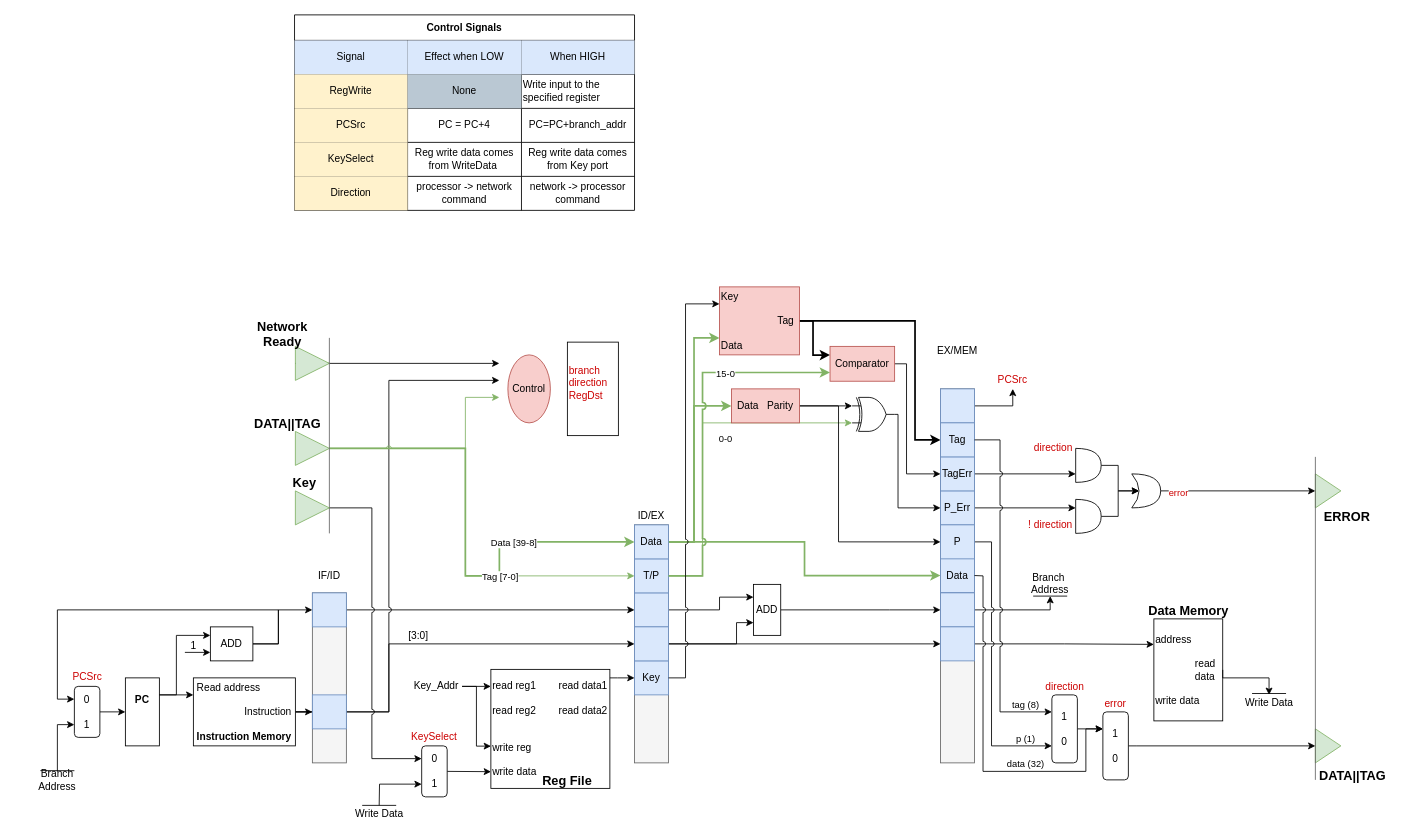
Earlier version of the draw.io diagram overall.drawio (featherbear/UNSW-COMP3211). Source tidied: cells renumbered, new cells numbered last; positions are measured from the earlier drawing's top-left corner, leaving out a move shared by most shapes. Both pictures are drawn from the tidied source at 85%, with x=0, y=0 at pixel (14, 14).
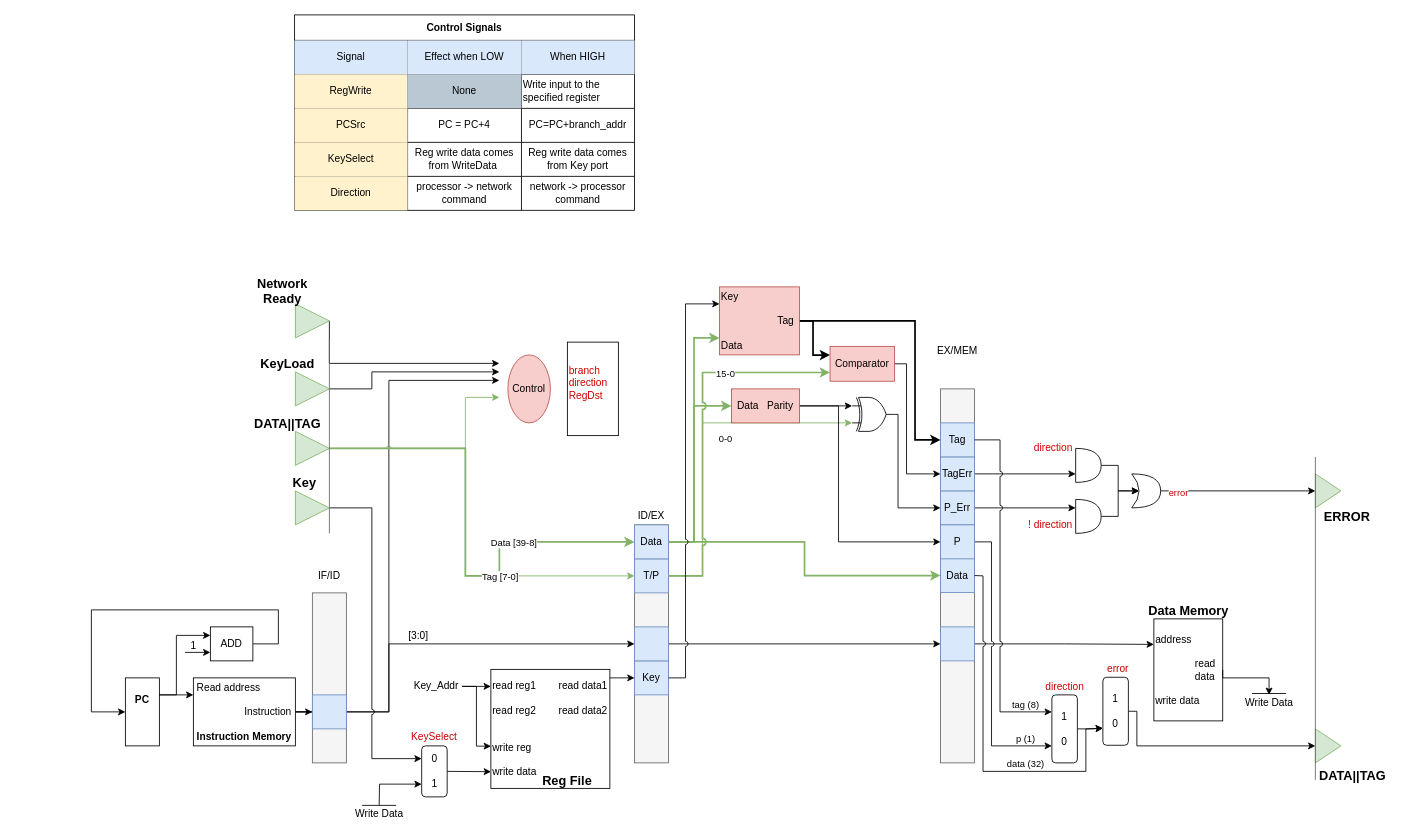
The same diagram, later.

Unchanged cells that the change refers to:
```xml
<mxCell id="10" value="&lt;b&gt;PC&lt;br&gt;&lt;/b&gt;&lt;br&gt;&lt;br&gt;" style="rounded=0;whiteSpace=wrap;html=1;" parent="1" vertex="1">
  <mxGeometry x="130" y="780" width="40" height="80" as="geometry" />
</mxCell>
<mxCell id="43" style="whiteSpace=wrap;html=1;fillColor=#dae8fc;strokeColor=#6c8ebf;" parent="1" vertex="1">
  <mxGeometry x="729" y="720" width="40" height="40" as="geometry" />
</mxCell>
<mxCell id="73" value="ADD" style="rounded=0;whiteSpace=wrap;html=1;" parent="1" vertex="1">
  <mxGeometry x="230" y="720" width="50" height="40" as="geometry" />
</mxCell>
<mxCell id="101" value="Data" style="whiteSpace=wrap;html=1;fillColor=#dae8fc;strokeColor=#6c8ebf;" parent="1" vertex="1">
  <mxGeometry x="1089" y="639.6" width="40" height="40" as="geometry" />
</mxCell>
<mxCell id="104" value="&lt;div&gt;1&lt;/div&gt;&lt;div&gt;&lt;br&gt;&lt;/div&gt;&lt;div&gt;0&lt;/div&gt;" style="rounded=1;whiteSpace=wrap;html=1;align=center;" parent="1" vertex="1">
  <mxGeometry x="1220" y="800" width="30" height="80" as="geometry" />
</mxCell>
```

What changed in the source:
```diff
@@
-    <mxCell id="4" style="endArrow=classic;html=1;entryX=0;entryY=0.75;entryDx=0;entryDy=0;rounded=0;exitX=1;exitY=0.5;exitDx=0;exitDy=0;jumpStyle=arc;edgeStyle=elbowEdgeStyle;" parent="1" edge="1" source="43" target="72">
-      <mxGeometry relative="1" as="geometry">
-        <Array as="points">
-          <mxPoint x="849" y="720" />
-        </Array>
-      </mxGeometry>
-    </mxCell>
@@
-    <mxCell id="20" style="endArrow=classic;html=1;entryX=0.5;entryY=1;entryDx=0;entryDy=0;exitX=1;exitY=0.5;exitDx=0;exitDy=0;rounded=0;edgeStyle=elbowEdgeStyle;" parent="1" edge="1" source="46" target="36">
-      <mxGeometry relative="1" as="geometry">
-        <Array as="points">
-          <mxPoint x="1174" y="450" />
-        </Array>
-      </mxGeometry>
-    </mxCell>
@@
-    <mxCell id="27" style="edgeStyle=orthogonalEdgeStyle;rounded=0;jettySize=auto;html=1;exitX=1;exitY=0.5;exitDx=0;exitDy=0;entryX=0;entryY=0.5;entryDx=0;entryDy=0;" parent="1" edge="1" source="28" target="10">
-      <mxGeometry relative="1" as="geometry" />
-    </mxCell>
-    <mxCell id="28" value="&lt;div&gt;&lt;span&gt;0&lt;/span&gt;&lt;/div&gt;&lt;div&gt;&lt;br&gt;&lt;/div&gt;&lt;div&gt;&lt;span&gt;1&lt;/span&gt;&lt;/div&gt;" style="rounded=1;whiteSpace=wrap;html=1;align=center;" parent="1" vertex="1">
-      <mxGeometry x="70" y="790" width="30" height="60" as="geometry" />
-    </mxCell>
-    <mxCell id="29" value="&lt;font color=&quot;#cc0000&quot;&gt;PCSrc&lt;/font&gt;" style="text;html=1;strokeColor=none;fillColor=none;align=center;verticalAlign=middle;whiteSpace=wrap;rounded=0;" parent="1" vertex="1">
-      <mxGeometry x="57.5" y="769.3" width="55" height="20" as="geometry" />
-    </mxCell>
@@
-    <mxCell id="32" style="endArrow=classic;html=1;exitX=1;exitY=0.5;exitDx=0;exitDy=0;entryX=0;entryY=0.5;entryDx=0;entryDy=0;rounded=0;edgeStyle=elbowEdgeStyle;" parent="1" edge="1" source="73" target="38">
-      <mxGeometry relative="1" as="geometry">
-        <Array as="points">
-          <mxPoint x="310" y="700" />
-        </Array>
-      </mxGeometry>
-    </mxCell>
-    <mxCell id="33" style="endArrow=classic;html=1;exitX=1;exitY=0.5;exitDx=0;exitDy=0;entryX=0;entryY=0.5;entryDx=0;entryDy=0;" parent="1" edge="1" source="38" target="41">
-      <mxGeometry relative="1" as="geometry" />
-    </mxCell>
-    <mxCell id="34" style="endArrow=classic;html=1;exitX=1;exitY=0.5;exitDx=0;exitDy=0;entryX=0;entryY=0.25;entryDx=0;entryDy=0;rounded=0;edgeStyle=elbowEdgeStyle;" parent="1" edge="1" source="41" target="72">
-      <mxGeometry relative="1" as="geometry">
-        <Array as="points">
-          <mxPoint x="829" y="684" />
-          <mxPoint x="789" y="690" />
-        </Array>
-      </mxGeometry>
-    </mxCell>
-    <mxCell id="35" style="endArrow=classic;html=1;entryX=0;entryY=0.5;entryDx=0;entryDy=0;exitX=1;exitY=0.5;exitDx=0;exitDy=0;rounded=0;edgeStyle=elbowEdgeStyle;" parent="1" edge="1" source="72" target="45">
-      <mxGeometry relative="1" as="geometry">
-        <Array as="points">
-          <mxPoint x="1029" y="690" />
-        </Array>
-      </mxGeometry>
-    </mxCell>
-    <mxCell id="36" value="&lt;font color=&quot;#cc0000&quot;&gt;PCSrc&lt;/font&gt;" style="text;html=1;strokeColor=none;fillColor=none;align=center;verticalAlign=middle;whiteSpace=wrap;rounded=0;" parent="1" vertex="1">
-      <mxGeometry x="1144" y="420" width="60" height="20" as="geometry" />
-    </mxCell>
-    <mxCell id="37" style="endArrow=classic;html=1;exitX=1;exitY=0.5;exitDx=0;exitDy=0;rounded=0;entryX=0;entryY=0.25;entryDx=0;entryDy=0;" parent="1" edge="1" source="73" target="28">
+    <mxCell id="37" style="endArrow=classic;html=1;exitX=1;exitY=0.5;exitDx=0;exitDy=0;rounded=0;entryX=0;entryY=0.5;entryDx=0;entryDy=0;" parent="1" edge="1" source="73" target="10">
       <mxGeometry relative="1" as="geometry">
         <Array as="points">
           <mxPoint x="310" y="740" />
           <mxPoint x="310" y="700" />
-          <mxPoint x="50" y="700" />
-          <mxPoint x="50" y="805" />
+          <mxPoint x="90" y="700" />
+          <mxPoint x="90" y="820" />
         </Array>
       </mxGeometry>
     </mxCell>
-    <mxCell id="38" style="whiteSpace=wrap;html=1;fillColor=#dae8fc;strokeColor=#6c8ebf;" parent="1" vertex="1">
-      <mxGeometry x="350" y="680" width="40" height="40" as="geometry" />
-    </mxCell>
@@
-    <mxCell id="41" style="whiteSpace=wrap;html=1;fillColor=#dae8fc;strokeColor=#6c8ebf;" parent="1" vertex="1">
-      <mxGeometry x="729" y="680" width="40" height="40" as="geometry" />
-    </mxCell>
@@
-    <mxCell id="44" style="edgeStyle=elbowEdgeStyle;rounded=0;jumpStyle=arc;jettySize=auto;html=1;strokeWidth=1;entryX=0.5;entryY=1;entryDx=0;entryDy=0;exitX=1;exitY=0.5;exitDx=0;exitDy=0;" parent="1" edge="1" source="45" target="79">
-      <mxGeometry relative="1" as="geometry">
-        <Array as="points">
-          <mxPoint x="1218" y="700" />
-          <mxPoint x="1218" y="690" />
-        </Array>
-      </mxGeometry>
-    </mxCell>
-    <mxCell id="45" style="whiteSpace=wrap;html=1;fillColor=#dae8fc;strokeColor=#6c8ebf;" parent="1" vertex="1">
-      <mxGeometry x="1089" y="680" width="40" height="40" as="geometry" />
-    </mxCell>
-    <mxCell id="46" style="whiteSpace=wrap;html=1;fillColor=#dae8fc;strokeColor=#6c8ebf;" parent="1" vertex="1">
-      <mxGeometry x="1089" y="440" width="40" height="40" as="geometry" />
-    </mxCell>
@@
-    <mxCell id="72" value="ADD" style="rounded=0;whiteSpace=wrap;html=1;" parent="1" vertex="1">
-      <mxGeometry x="869" y="670" width="32" height="60" as="geometry" />
-    </mxCell>
@@
-    <mxCell id="78" style="endArrow=none;html=1;strokeWidth=1;" parent="1" edge="1">
-      <mxGeometry relative="1" as="geometry">
-        <mxPoint x="1198" y="683.8" as="sourcePoint" />
-        <mxPoint x="1238" y="683.8" as="targetPoint" />
-      </mxGeometry>
-    </mxCell>
-    <mxCell id="79" value="Branch&amp;nbsp; &lt;br&gt;Address&lt;br&gt;" style="text;html=1;strokeColor=none;fillColor=none;align=center;verticalAlign=middle;whiteSpace=wrap;rounded=0;" parent="1" vertex="1">
-      <mxGeometry x="1188" y="653.8" width="60" height="30" as="geometry" />
-    </mxCell>
-    <mxCell id="80" style="endArrow=none;html=1;strokeWidth=1;" parent="1" edge="1">
-      <mxGeometry relative="1" as="geometry">
-        <mxPoint x="30" y="889.1" as="sourcePoint" />
-        <mxPoint x="70" y="889.2" as="targetPoint" />
-      </mxGeometry>
-    </mxCell>
-    <mxCell id="81" value="Branch &lt;br&gt;Address" style="text;html=1;strokeColor=none;fillColor=none;align=center;verticalAlign=middle;whiteSpace=wrap;rounded=0;" parent="1" vertex="1">
-      <mxGeometry y="890" width="100" height="20" as="geometry" />
-    </mxCell>
-    <mxCell id="82" style="endArrow=classic;html=1;strokeWidth=1;entryX=0;entryY=0.75;entryDx=0;entryDy=0;exitX=0.5;exitY=0;exitDx=0;exitDy=0;rounded=0;" parent="1" edge="1" source="81" target="28">
-      <mxGeometry relative="1" as="geometry">
-        <Array as="points">
-          <mxPoint x="50" y="835" />
-        </Array>
-      </mxGeometry>
-    </mxCell>
@@
-    <mxCell id="103" style="edgeStyle=elbowEdgeStyle;rounded=0;jumpStyle=none;jettySize=auto;html=1;entryX=0;entryY=0.25;entryDx=0;entryDy=0;strokeWidth=1;" parent="1" edge="1" source="104" target="114">
+    <mxCell id="103" style="edgeStyle=elbowEdgeStyle;rounded=0;jumpStyle=none;jettySize=auto;html=1;entryX=0;entryY=0.75;entryDx=0;entryDy=0;strokeWidth=1;" parent="1" edge="1" source="104" target="114">
       <mxGeometry relative="1" as="geometry" />
     </mxCell>
@@
-    <mxCell id="106" style="rounded=0;jumpStyle=arc;jettySize=auto;html=1;strokeWidth=1;entryX=0;entryY=0.25;entryDx=0;entryDy=0;exitX=1;exitY=0.5;exitDx=0;exitDy=0;" parent="1" edge="1" source="101" target="114">
+    <mxCell id="106" style="rounded=0;jumpStyle=arc;jettySize=auto;html=1;strokeWidth=1;entryX=0;entryY=0.75;entryDx=0;entryDy=0;exitX=1;exitY=0.5;exitDx=0;exitDy=0;" parent="1" edge="1" source="101" target="114">
       <mxGeometry relative="1" as="geometry">
         <Array as="points">
           <mxPoint x="1139" y="660" />
           <mxPoint x="1139" y="890" />
           <mxPoint x="1260" y="890" />
           <mxPoint x="1260" y="840" />
         </Array>
       </mxGeometry>
     </mxCell>
@@
     <mxCell id="114" value="&lt;div&gt;1&lt;/div&gt;&lt;div&gt;&lt;br&gt;&lt;/div&gt;&lt;div&gt;0&lt;/div&gt;" style="rounded=1;whiteSpace=wrap;html=1;align=center;" parent="1" vertex="1">
-      <mxGeometry x="1280" y="820" width="30" height="80" as="geometry" />
+      <mxGeometry x="1280" y="779.3" width="30" height="80" as="geometry" />
     </mxCell>
     <mxCell id="115" value="&lt;font color=&quot;#cc0000&quot;&gt;error&lt;br&gt;&lt;/font&gt;" style="text;html=1;strokeColor=none;fillColor=none;align=center;verticalAlign=middle;whiteSpace=wrap;rounded=0;" parent="1" vertex="1">
-      <mxGeometry x="1275" y="800.6" width="40" height="20" as="geometry" />
+      <mxGeometry x="1278" y="759.3" width="40" height="20" as="geometry" />
     </mxCell>
@@
     <mxCell id="119" style="triangle;whiteSpace=wrap;html=1;fillColor=#d5e8d4;strokeColor=#82b366;" parent="1" vertex="1">
-      <mxGeometry x="330" y="390" width="40" height="40" as="geometry" />
+      <mxGeometry x="330" y="340" width="40" height="40" as="geometry" />
     </mxCell>
     <mxCell id="120" value="&lt;font style=&quot;font-size: 15px&quot;&gt;&lt;b&gt;Network Ready&lt;/b&gt;&lt;/font&gt;" style="text;html=1;strokeColor=none;fillColor=none;align=center;verticalAlign=middle;whiteSpace=wrap;rounded=0;" parent="1" vertex="1">
-      <mxGeometry x="260" y="360" width="110" height="30" as="geometry" />
+      <mxGeometry x="260" y="310" width="110" height="30" as="geometry" />
     </mxCell>
@@
+    <mxCell id="154" style="edgeStyle=orthogonalEdgeStyle;rounded=0;jettySize=auto;html=1;" parent="1" edge="1" source="155">
+      <mxGeometry relative="1" as="geometry">
+        <mxPoint x="570" y="420" as="targetPoint" />
+        <Array as="points">
+          <mxPoint x="420" y="440" />
+          <mxPoint x="420" y="420" />
+        </Array>
+      </mxGeometry>
+    </mxCell>
+    <mxCell id="155" style="triangle;whiteSpace=wrap;html=1;fillColor=#d5e8d4;strokeColor=#82b366;" parent="1" vertex="1">
+      <mxGeometry x="330" y="420" width="40" height="40" as="geometry" />
+    </mxCell>
+    <mxCell id="156" value="&lt;font style=&quot;font-size: 15px&quot;&gt;&lt;b&gt;KeyLoad&lt;/b&gt;&lt;/font&gt;" style="text;html=1;strokeColor=none;fillColor=none;align=center;verticalAlign=middle;whiteSpace=wrap;rounded=0;" parent="1" vertex="1">
+      <mxGeometry x="270" y="400" width="102.3" height="20" as="geometry" />
+    </mxCell>
```
